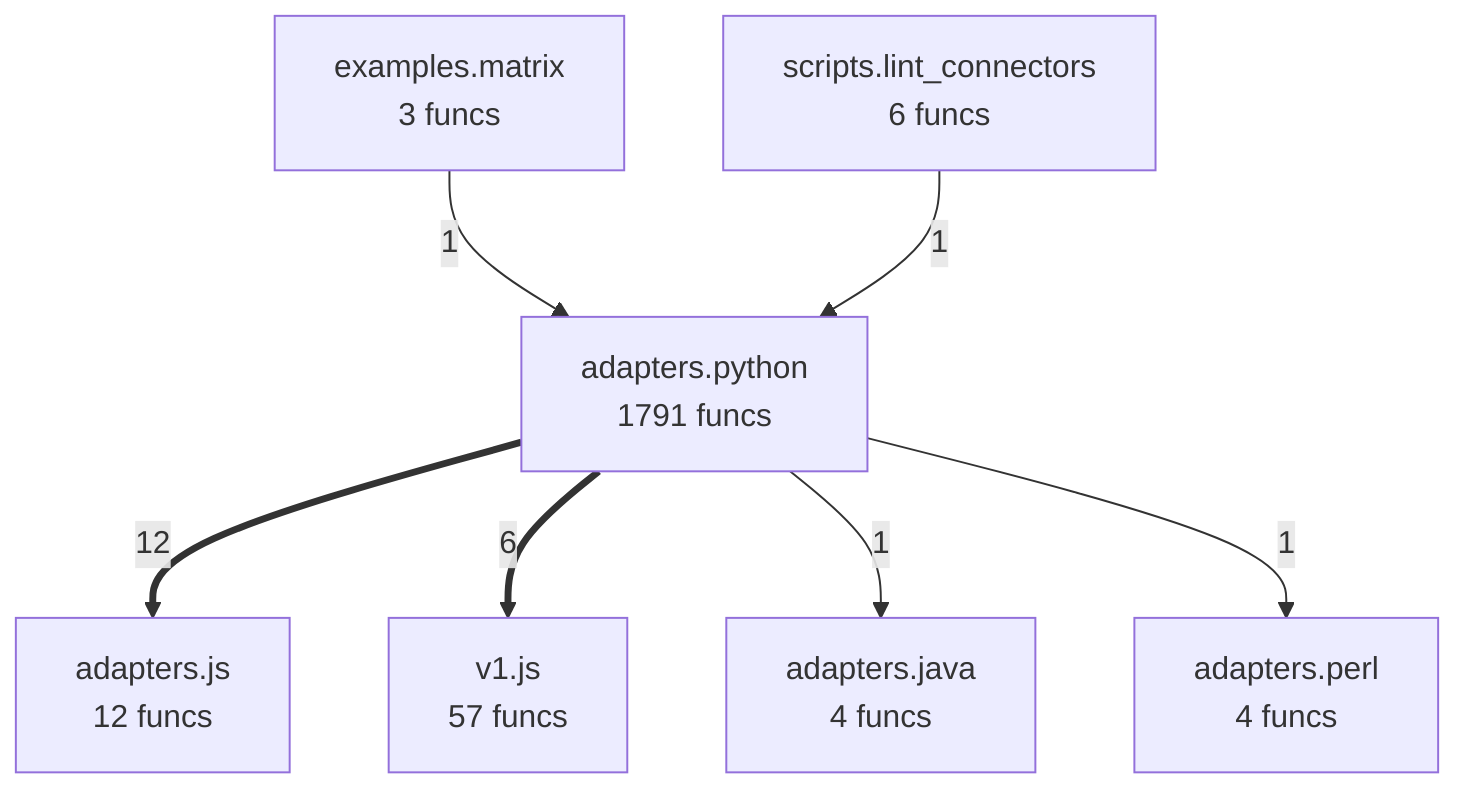
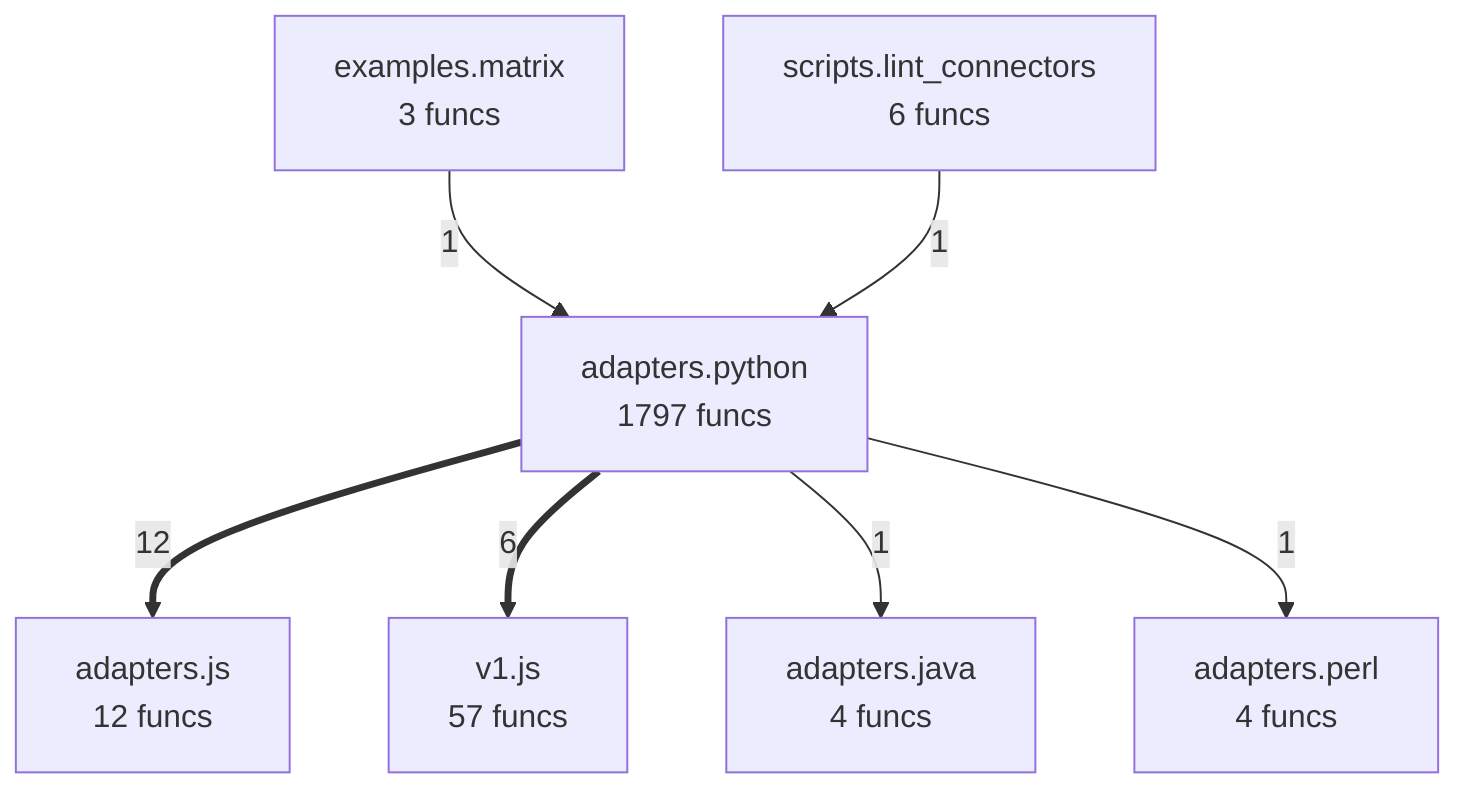
flowchart TD
- %% generated in 0.04s
+ %% generated in 0.05s
    adapters__java["adapters.java<br/>4 funcs"]
    adapters__js["adapters.js<br/>12 funcs"]
    adapters__perl["adapters.perl<br/>4 funcs"]
-     adapters__python["adapters.python<br/>1791 funcs"]
+     adapters__python["adapters.python<br/>1797 funcs"]
    examples__matrix["examples.matrix<br/>3 funcs"]
    scripts__lint_connectors["scripts.lint_connectors<br/>6 funcs"]
    v1__js["v1.js<br/>57 funcs"]
    adapters__python ==>|12| adapters__js
    adapters__python ==>|6| v1__js
    examples__matrix -->|1| adapters__python
    scripts__lint_connectors -->|1| adapters__python
    adapters__python -->|1| adapters__java
    adapters__python -->|1| adapters__perl
